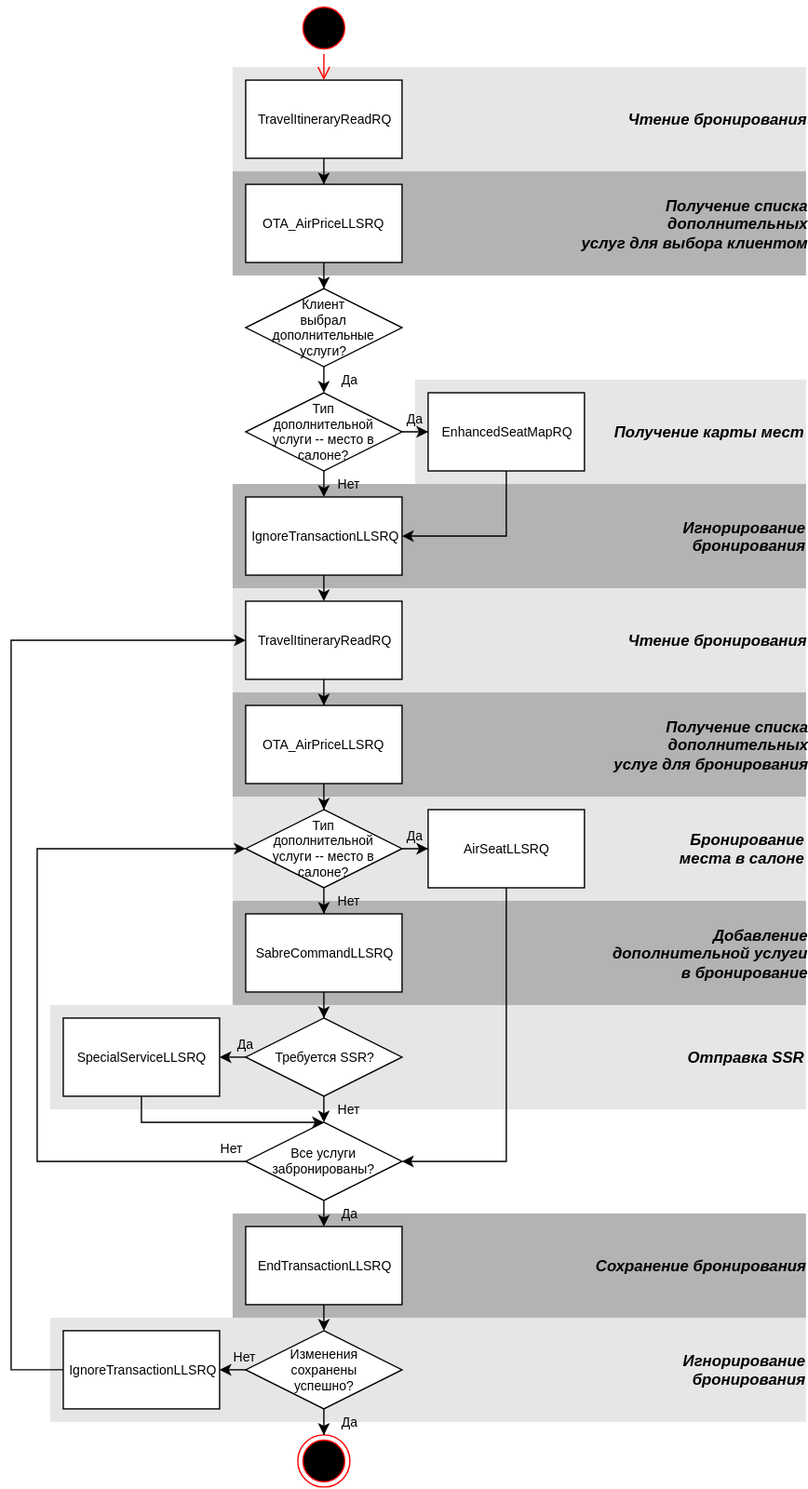
This is assets/svg/Book Ancillaries/[RU]Book Ancillaries-0.svg from andreypolyak/sabre-apis-ru, a draw.io export, as it was before one commit. Source tidied: cells renumbered, new cells last; positions are measured from the earlier drawing's top-left corner, leaving out a move shared by most shapes.
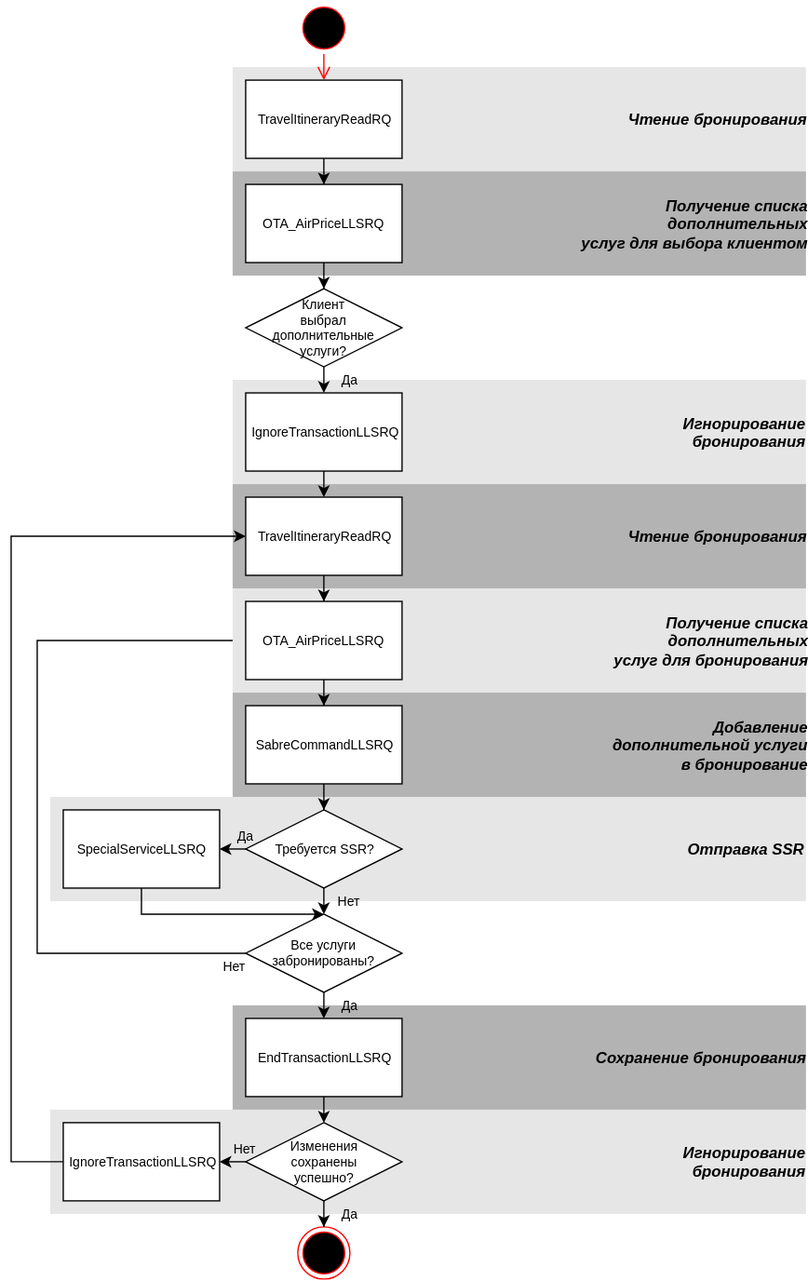
The same diagram one commit later.

Diff of the diagram source:
```diff
@@ -2,11 +2,11 @@
   <root>
     <mxCell id="0" />
     <mxCell id="1" parent="0" />
-    <mxCell id="2" value="&lt;div style=&quot;text-align: right&quot;&gt;&lt;b style=&quot;font-size: 12px ; line-height: 14.4px&quot;&gt;&lt;i&gt;Игнорирование&lt;/i&gt;&lt;/b&gt;&lt;/div&gt;&lt;div style=&quot;text-align: right&quot;&gt;&lt;span style=&quot;font-size: 12px ; line-height: 14.4px&quot;&gt;&lt;b&gt;&lt;i&gt;бронирования&lt;/i&gt;&lt;/b&gt;&lt;/span&gt;&lt;/div&gt;" style="whiteSpace=wrap;html=1;fillColor=#B3B3B3;fontSize=10;strokeColor=none;align=right;gradientColor=none;" parent="1" vertex="1">
-      <mxGeometry x="170" y="370" width="440" height="80" as="geometry" />
+    <mxCell id="2" value="&lt;div style=&quot;text-align: right&quot;&gt;&lt;b style=&quot;font-size: 12px ; line-height: 14.4px&quot;&gt;&lt;i&gt;Игнорирование&lt;/i&gt;&lt;/b&gt;&lt;/div&gt;&lt;div style=&quot;text-align: right&quot;&gt;&lt;span style=&quot;font-size: 12px ; line-height: 14.4px&quot;&gt;&lt;b&gt;&lt;i&gt;бронирования&lt;/i&gt;&lt;/b&gt;&lt;/span&gt;&lt;/div&gt;" style="whiteSpace=wrap;html=1;fillColor=#E6E6E6;fontSize=10;strokeColor=none;align=right;gradientColor=none;" parent="1" vertex="1">
+      <mxGeometry x="170" y="450" width="440" height="80" as="geometry" />
     </mxCell>
-    <mxCell id="3" value="&lt;div style=&quot;text-align: right&quot;&gt;&lt;span style=&quot;font-size: 12px ; line-height: 14.4px&quot;&gt;&lt;b&gt;&lt;i&gt;Чтение бронирования&lt;/i&gt;&lt;/b&gt;&lt;/span&gt;&lt;/div&gt;" style="whiteSpace=wrap;html=1;fillColor=#E6E6E6;fontSize=10;strokeColor=none;align=right;gradientColor=none;" parent="1" vertex="1">
-      <mxGeometry x="170" y="450" width="440" height="80" as="geometry" />
+    <mxCell id="3" value="&lt;div style=&quot;text-align: right&quot;&gt;&lt;span style=&quot;font-size: 12px ; line-height: 14.4px&quot;&gt;&lt;b&gt;&lt;i&gt;Чтение бронирования&lt;/i&gt;&lt;/b&gt;&lt;/span&gt;&lt;/div&gt;" style="whiteSpace=wrap;html=1;fillColor=#B3B3B3;fontSize=10;strokeColor=none;align=right;gradientColor=none;" parent="1" vertex="1">
+      <mxGeometry x="170" y="530" width="440" height="80" as="geometry" />
     </mxCell>
     <mxCell id="4" value="&lt;div style=&quot;text-align: right&quot;&gt;&lt;b style=&quot;font-size: 12px ; line-height: 14.4px&quot;&gt;&lt;i&gt;Игнорирование&lt;/i&gt;&lt;/b&gt;&lt;/div&gt;&lt;div style=&quot;text-align: right&quot;&gt;&lt;span style=&quot;font-size: 12px ; line-height: 14.4px&quot;&gt;&lt;b&gt;&lt;i&gt;бронирования&lt;/i&gt;&lt;/b&gt;&lt;/span&gt;&lt;/div&gt;" style="whiteSpace=wrap;html=1;fillColor=#E6E6E6;fontSize=10;strokeColor=none;align=right;gradientColor=none;" parent="1" vertex="1">
       <mxGeometry x="30" y="1010" width="580" height="80" as="geometry" />
@@ -17,46 +17,26 @@
     <mxCell id="6" value="&lt;div style=&quot;text-align: right&quot;&gt;&lt;span style=&quot;font-size: 12px ; line-height: 14.4px&quot;&gt;&lt;b&gt;&lt;i&gt;Добавление&lt;/i&gt;&lt;/b&gt;&lt;/span&gt;&lt;/div&gt;&lt;div style=&quot;text-align: right&quot;&gt;&lt;span style=&quot;font-size: 12px ; line-height: 14.4px&quot;&gt;&lt;b&gt;&lt;i&gt;дополнительной услуги&lt;/i&gt;&lt;/b&gt;&lt;/span&gt;&lt;/div&gt;&lt;div style=&quot;text-align: right&quot;&gt;&lt;span style=&quot;font-size: 12px ; line-height: 14.4px&quot;&gt;&lt;b&gt;&lt;i&gt;в бронирование&lt;/i&gt;&lt;/b&gt;&lt;/span&gt;&lt;/div&gt;" style="whiteSpace=wrap;html=1;fillColor=#B3B3B3;fontSize=10;strokeColor=none;align=right;gradientColor=none;" parent="1" vertex="1">
       <mxGeometry x="170" y="690" width="440" height="80" as="geometry" />
     </mxCell>
-    <mxCell id="7" value="&lt;div style=&quot;text-align: right&quot;&gt;&lt;span style=&quot;font-size: 12px ; line-height: 14.4px&quot;&gt;&lt;b&gt;&lt;i&gt;Бронирование&lt;/i&gt;&lt;/b&gt;&lt;/span&gt;&lt;/div&gt;&lt;div style=&quot;text-align: right&quot;&gt;&lt;span style=&quot;font-size: 12px ; line-height: 14.4px&quot;&gt;&lt;b&gt;&lt;i&gt;места&amp;nbsp;&lt;/i&gt;&lt;/b&gt;&lt;/span&gt;&lt;b style=&quot;font-size: 12px ; line-height: 14.4px&quot;&gt;&lt;i&gt;в салоне&lt;/i&gt;&lt;/b&gt;&lt;/div&gt;" style="whiteSpace=wrap;html=1;fillColor=#E6E6E6;fontSize=10;strokeColor=none;align=right;gradientColor=none;" parent="1" vertex="1">
-      <mxGeometry x="170" y="610" width="440" height="80" as="geometry" />
-    </mxCell>
     <mxCell id="8" value="&lt;div style=&quot;text-align: right&quot;&gt;&lt;span&gt;&lt;b&gt;&lt;i&gt;&lt;font style=&quot;font-size: 12px&quot;&gt;Получение списка&lt;/font&gt;&lt;/i&gt;&lt;/b&gt;&lt;/span&gt;&lt;/div&gt;&lt;div style=&quot;text-align: right&quot;&gt;&lt;span&gt;&lt;b&gt;&lt;i&gt;&lt;font style=&quot;font-size: 12px&quot;&gt;дополнительных&lt;/font&gt;&lt;/i&gt;&lt;/b&gt;&lt;/span&gt;&lt;/div&gt;&lt;div style=&quot;text-align: right&quot;&gt;&lt;span&gt;&lt;b&gt;&lt;i&gt;&lt;font style=&quot;font-size: 12px&quot;&gt;услуг для выбора клиентом&lt;/font&gt;&lt;/i&gt;&lt;/b&gt;&lt;/span&gt;&lt;br&gt;&lt;/div&gt;" style="whiteSpace=wrap;html=1;fillColor=#B3B3B3;fontSize=10;strokeColor=none;align=right;gradientColor=none;" parent="1" vertex="1">
-      <mxGeometry x="170" y="130" width="440" height="80" as="geometry" />
+      <mxGeometry x="170" y="290" width="440" height="80" as="geometry" />
     </mxCell>
     <mxCell id="9" value="&lt;div style=&quot;text-align: right&quot;&gt;&lt;span style=&quot;font-size: 12px ; line-height: 14.4px&quot;&gt;&lt;b&gt;&lt;i&gt;Чтение бронирования&lt;/i&gt;&lt;/b&gt;&lt;/span&gt;&lt;/div&gt;" style="whiteSpace=wrap;html=1;fillColor=#E6E6E6;fontSize=10;strokeColor=none;align=right;gradientColor=none;" parent="1" vertex="1">
-      <mxGeometry x="170" y="50" width="440" height="80" as="geometry" />
+      <mxGeometry x="170" y="210" width="440" height="80" as="geometry" />
     </mxCell>
     <mxCell id="10" style="edgeStyle=orthogonalEdgeStyle;rounded=0;html=1;labelBackgroundColor=none;jettySize=auto;fontSize=10;" parent="1" edge="1" source="11" target="13">
       <mxGeometry relative="1" as="geometry" />
     </mxCell>
     <mxCell id="11" value="TravelItineraryReadRQ" style="whiteSpace=wrap;html=1;rounded=0;fontSize=10;" parent="1" vertex="1">
-      <mxGeometry x="180" y="60" width="120" height="60" as="geometry" />
+      <mxGeometry x="180" y="220" width="120" height="60" as="geometry" />
     </mxCell>
     <mxCell id="12" style="edgeStyle=orthogonalEdgeStyle;rounded=0;html=1;labelBackgroundColor=none;jettySize=auto;fontSize=10;" parent="1" edge="1" source="13">
       <mxGeometry relative="1" as="geometry">
-        <mxPoint x="240" y="220" as="targetPoint" />
+        <mxPoint x="240" y="380" as="targetPoint" />
       </mxGeometry>
     </mxCell>
     <mxCell id="13" value="OTA_AirPriceLLSRQ" style="whiteSpace=wrap;html=1;rounded=0;fontSize=10;" parent="1" vertex="1">
-      <mxGeometry x="180" y="140" width="120" height="60" as="geometry" />
+      <mxGeometry x="180" y="300" width="120" height="60" as="geometry" />
     </mxCell>
-    <mxCell id="14" value="Нет" style="edgeStyle=orthogonalEdgeStyle;rounded=0;html=1;labelBackgroundColor=none;jettySize=auto;fontSize=10;" parent="1" edge="1" source="16" target="22">
-      <mxGeometry x="0.67" y="20" relative="1" as="geometry" />
-    </mxCell>
-    <mxCell id="15" value="Да" style="edgeStyle=orthogonalEdgeStyle;rounded=0;html=1;labelBackgroundColor=none;jettySize=auto;fontSize=10;" parent="1" edge="1" source="16">
-      <mxGeometry x="0.67" y="10" relative="1" as="geometry">
-        <mxPoint x="320" y="650" as="targetPoint" />
-      </mxGeometry>
-    </mxCell>
-    <mxCell id="16" value="Тип&lt;div&gt;дополнительной&lt;/div&gt;&lt;div&gt;услуги -- место в салоне?&lt;/div&gt;" style="rhombus;whiteSpace=wrap;html=1;rounded=0;fontSize=10;" parent="1" vertex="1">
-      <mxGeometry x="180" y="620" width="120" height="60" as="geometry" />
-    </mxCell>
-    <mxCell id="17" style="edgeStyle=orthogonalEdgeStyle;rounded=0;html=1;exitX=0.5;exitY=1;entryX=1;entryY=0.5;labelBackgroundColor=none;jettySize=auto;fontSize=10;" parent="1" edge="1" source="18" target="30">
-      <mxGeometry relative="1" as="geometry" />
-    </mxCell>
-    <mxCell id="18" value="AirSeatLLSRQ" style="whiteSpace=wrap;html=1;rounded=0;fontSize=10;" parent="1" vertex="1">
-      <mxGeometry x="320" y="620" width="120" height="60" as="geometry" />
-    </mxCell>
     <mxCell id="19" style="edgeStyle=orthogonalEdgeStyle;rounded=0;html=1;exitX=0.5;exitY=1;entryX=0.5;entryY=0;labelBackgroundColor=none;jettySize=auto;fontSize=10;" parent="1" edge="1" source="20" target="30">
       <mxGeometry relative="1" as="geometry">
         <Array as="points">
@@ -77,11 +57,11 @@
       <mxGeometry x="220" y="1100" width="40" height="40" as="geometry" />
     </mxCell>
     <mxCell id="24" style="ellipse;html=1;shape=startState;fillColor=#000000;strokeColor=#ff0000;rounded=0;fontSize=10;align=center;" parent="1" vertex="1">
-      <mxGeometry x="220" width="40" height="40" as="geometry" />
+      <mxGeometry x="220" y="160" width="40" height="40" as="geometry" />
     </mxCell>
     <mxCell id="25" style="edgeStyle=orthogonalEdgeStyle;html=1;verticalAlign=bottom;endArrow=open;endSize=8;strokeColor=#ff0000;fontSize=10;" parent="1" edge="1" source="24">
-      <mxGeometry x="140" y="900" as="geometry">
-        <mxPoint x="240" y="60" as="targetPoint" />
+      <mxGeometry x="140" y="1060" as="geometry">
+        <mxPoint x="240" y="220" as="targetPoint" />
       </mxGeometry>
     </mxCell>
     <mxCell id="26" value="Да" style="edgeStyle=orthogonalEdgeStyle;rounded=0;html=1;exitX=0;exitY=0.5;entryX=1;entryY=0.5;labelBackgroundColor=none;jettySize=auto;fontSize=10;" parent="1" edge="1" source="28" target="20">
@@ -93,8 +73,8 @@
     <mxCell id="28" value="Требуется SSR?" style="rhombus;whiteSpace=wrap;html=1;rounded=0;fontSize=10;" parent="1" vertex="1">
       <mxGeometry x="180" y="780" width="120" height="60" as="geometry" />
     </mxCell>
-    <mxCell id="29" value="Нет" style="edgeStyle=orthogonalEdgeStyle;rounded=0;html=1;exitX=0;exitY=0.5;entryX=0;entryY=0.5;labelBackgroundColor=none;jettySize=auto;fontSize=10;" parent="1" edge="1" source="30" target="16">
-      <mxGeometry x="-0.39" y="-150" relative="1" as="geometry">
+    <mxCell id="29" value="Нет" style="edgeStyle=orthogonalEdgeStyle;rounded=0;html=1;exitX=0;exitY=0.5;entryX=0;entryY=0.5;labelBackgroundColor=none;jettySize=auto;fontSize=10;" parent="1" edge="1" source="30" target="46">
+      <mxGeometry x="-0.97" y="10" relative="1" as="geometry">
         <Array as="points">
           <mxPoint x="20" y="890" />
           <mxPoint x="20" y="650" />
@@ -131,7 +111,7 @@
       <mxGeometry relative="1" as="geometry">
         <Array as="points">
           <mxPoint y="1050" />
-          <mxPoint y="490" />
+          <mxPoint y="570" />
         </Array>
       </mxGeometry>
     </mxCell>
@@ -142,50 +122,32 @@
       <mxGeometry relative="1" as="geometry" />
     </mxCell>
     <mxCell id="41" value="IgnoreTransactionLLSRQ" style="whiteSpace=wrap;html=1;rounded=0;fontSize=10;" parent="1" vertex="1">
-      <mxGeometry x="180" y="380" width="120" height="60" as="geometry" />
+      <mxGeometry x="180" y="460" width="120" height="60" as="geometry" />
     </mxCell>
-    <mxCell id="42" value="&lt;div style=&quot;text-align: right&quot;&gt;&lt;span&gt;&lt;b&gt;&lt;i&gt;&lt;font style=&quot;font-size: 12px&quot;&gt;Получение списка&lt;/font&gt;&lt;/i&gt;&lt;/b&gt;&lt;/span&gt;&lt;/div&gt;&lt;div style=&quot;text-align: right&quot;&gt;&lt;span&gt;&lt;b&gt;&lt;i&gt;&lt;font style=&quot;font-size: 12px&quot;&gt;дополнительных&lt;/font&gt;&lt;/i&gt;&lt;/b&gt;&lt;/span&gt;&lt;/div&gt;&lt;div style=&quot;text-align: right&quot;&gt;&lt;span&gt;&lt;b&gt;&lt;i&gt;&lt;font style=&quot;font-size: 12px&quot;&gt;услуг для бронирования&lt;/font&gt;&lt;/i&gt;&lt;/b&gt;&lt;/span&gt;&lt;br&gt;&lt;/div&gt;" style="whiteSpace=wrap;html=1;fillColor=#B3B3B3;fontSize=10;strokeColor=none;align=right;gradientColor=none;" parent="1" vertex="1">
-      <mxGeometry x="170" y="530" width="440" height="80" as="geometry" />
+    <mxCell id="42" value="&lt;div style=&quot;text-align: right&quot;&gt;&lt;span&gt;&lt;b&gt;&lt;i&gt;&lt;font style=&quot;font-size: 12px&quot;&gt;Получение списка&lt;/font&gt;&lt;/i&gt;&lt;/b&gt;&lt;/span&gt;&lt;/div&gt;&lt;div style=&quot;text-align: right&quot;&gt;&lt;span&gt;&lt;b&gt;&lt;i&gt;&lt;font style=&quot;font-size: 12px&quot;&gt;дополнительных&lt;/font&gt;&lt;/i&gt;&lt;/b&gt;&lt;/span&gt;&lt;/div&gt;&lt;div style=&quot;text-align: right&quot;&gt;&lt;span&gt;&lt;b&gt;&lt;i&gt;&lt;font style=&quot;font-size: 12px&quot;&gt;услуг для бронирования&lt;/font&gt;&lt;/i&gt;&lt;/b&gt;&lt;/span&gt;&lt;br&gt;&lt;/div&gt;" style="whiteSpace=wrap;html=1;fillColor=#E6E6E6;fontSize=10;strokeColor=none;align=right;gradientColor=none;" parent="1" vertex="1">
+      <mxGeometry x="170" y="610" width="440" height="80" as="geometry" />
     </mxCell>
     <mxCell id="43" style="edgeStyle=orthogonalEdgeStyle;rounded=0;html=1;labelBackgroundColor=none;jettySize=auto;fontSize=10;" parent="1" edge="1" source="44" target="46">
-      <mxGeometry x="140" y="1380" as="geometry" />
+      <mxGeometry x="140" y="1460" as="geometry" />
     </mxCell>
     <mxCell id="44" value="TravelItineraryReadRQ" style="whiteSpace=wrap;html=1;rounded=0;fontSize=10;" parent="1" vertex="1">
-      <mxGeometry x="180" y="460" width="120" height="60" as="geometry" />
+      <mxGeometry x="180" y="540" width="120" height="60" as="geometry" />
     </mxCell>
-    <mxCell id="45" style="edgeStyle=orthogonalEdgeStyle;rounded=0;html=1;labelBackgroundColor=none;jettySize=auto;fontSize=10;" parent="1" edge="1" source="46" target="16">
-      <mxGeometry relative="1" as="geometry" />
+    <mxCell id="45" style="edgeStyle=orthogonalEdgeStyle;rounded=0;html=1;labelBackgroundColor=none;jettySize=auto;fontSize=10;" parent="1" edge="1" source="46">
+      <mxGeometry relative="1" as="geometry">
+        <mxPoint x="240" y="700" as="targetPoint" />
+      </mxGeometry>
     </mxCell>
     <mxCell id="46" value="OTA_AirPriceLLSRQ" style="whiteSpace=wrap;html=1;rounded=0;fontSize=10;" parent="1" vertex="1">
-      <mxGeometry x="180" y="540" width="120" height="60" as="geometry" />
+      <mxGeometry x="180" y="620" width="120" height="60" as="geometry" />
     </mxCell>
     <mxCell id="47" value="Да" style="edgeStyle=orthogonalEdgeStyle;rounded=0;html=1;exitX=0.5;exitY=1;entryX=0.5;entryY=0;labelBackgroundColor=none;jettySize=auto;fontSize=10;" parent="1" edge="1" source="48">
       <mxGeometry y="20" relative="1" as="geometry">
-        <mxPoint x="240" y="300" as="targetPoint" />
+        <mxPoint x="240" y="460" as="targetPoint" />
       </mxGeometry>
     </mxCell>
     <mxCell id="48" value="Клиент&lt;div&gt;выбрал дополнительные&lt;div&gt;услуги?&lt;/div&gt;&lt;/div&gt;" style="rhombus;whiteSpace=wrap;html=1;rounded=0;fontSize=10;" parent="1" vertex="1">
-      <mxGeometry x="180" y="220" width="120" height="60" as="geometry" />
+      <mxGeometry x="180" y="380" width="120" height="60" as="geometry" />
     </mxCell>
-    <mxCell id="49" value="&lt;div style=&quot;text-align: right&quot;&gt;&lt;span style=&quot;font-size: 12px ; line-height: 14.4px&quot;&gt;&lt;b&gt;&lt;i&gt;Получение карты мест&lt;/i&gt;&lt;/b&gt;&lt;/span&gt;&lt;/div&gt;" style="whiteSpace=wrap;html=1;fillColor=#E6E6E6;fontSize=10;strokeColor=none;align=right;gradientColor=none;" parent="1" vertex="1">
-      <mxGeometry x="310" y="290" width="300" height="80" as="geometry" />
-    </mxCell>
-    <mxCell id="50" style="edgeStyle=orthogonalEdgeStyle;rounded=0;html=1;exitX=0.5;exitY=1;entryX=1;entryY=0.5;labelBackgroundColor=none;jettySize=auto;fontSize=10;" parent="1" edge="1" source="51" target="41">
-      <mxGeometry relative="1" as="geometry" />
-    </mxCell>
-    <mxCell id="51" value="EnhancedSeatMapRQ" style="whiteSpace=wrap;html=1;rounded=0;fontSize=10;" parent="1" vertex="1">
-      <mxGeometry x="320" y="300" width="120" height="60" as="geometry" />
-    </mxCell>
-    <mxCell id="52" value="Да" style="edgeStyle=orthogonalEdgeStyle;rounded=0;html=1;labelBackgroundColor=none;jettySize=auto;fontSize=10;" parent="1" edge="1" source="54" target="51">
-      <mxGeometry as="geometry">
-        <mxPoint y="-10" as="offset" />
-      </mxGeometry>
-    </mxCell>
-    <mxCell id="53" value="Нет" style="edgeStyle=orthogonalEdgeStyle;rounded=0;html=1;exitX=0.5;exitY=1;entryX=0.5;entryY=0;labelBackgroundColor=none;jettySize=auto;fontSize=10;" parent="1" edge="1" source="54" target="41">
-      <mxGeometry y="20" relative="1" as="geometry" />
-    </mxCell>
-    <mxCell id="54" value="Тип&lt;div&gt;дополнительной&lt;/div&gt;&lt;div&gt;услуги -- место в салоне?&lt;/div&gt;" style="rhombus;whiteSpace=wrap;html=1;rounded=0;fontSize=10;" parent="1" vertex="1">
-      <mxGeometry x="180" y="300" width="120" height="60" as="geometry" />
-    </mxCell>
   </root>
 </mxGraphModel>
```
